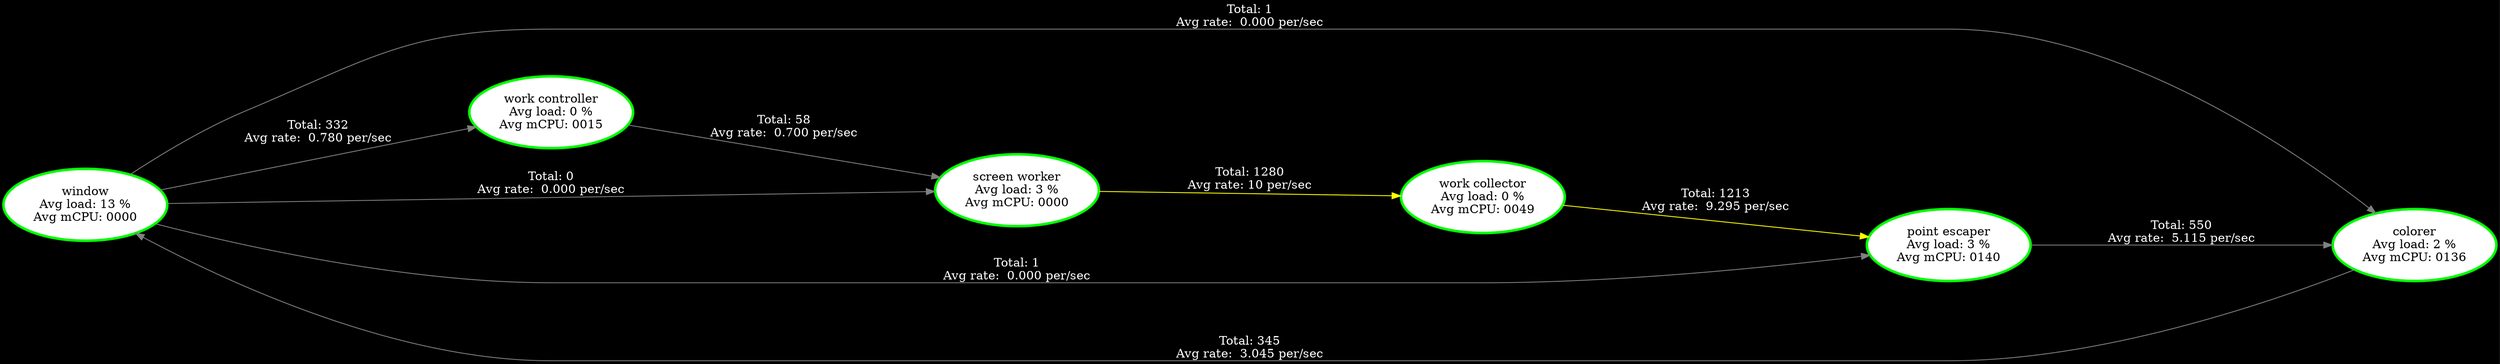
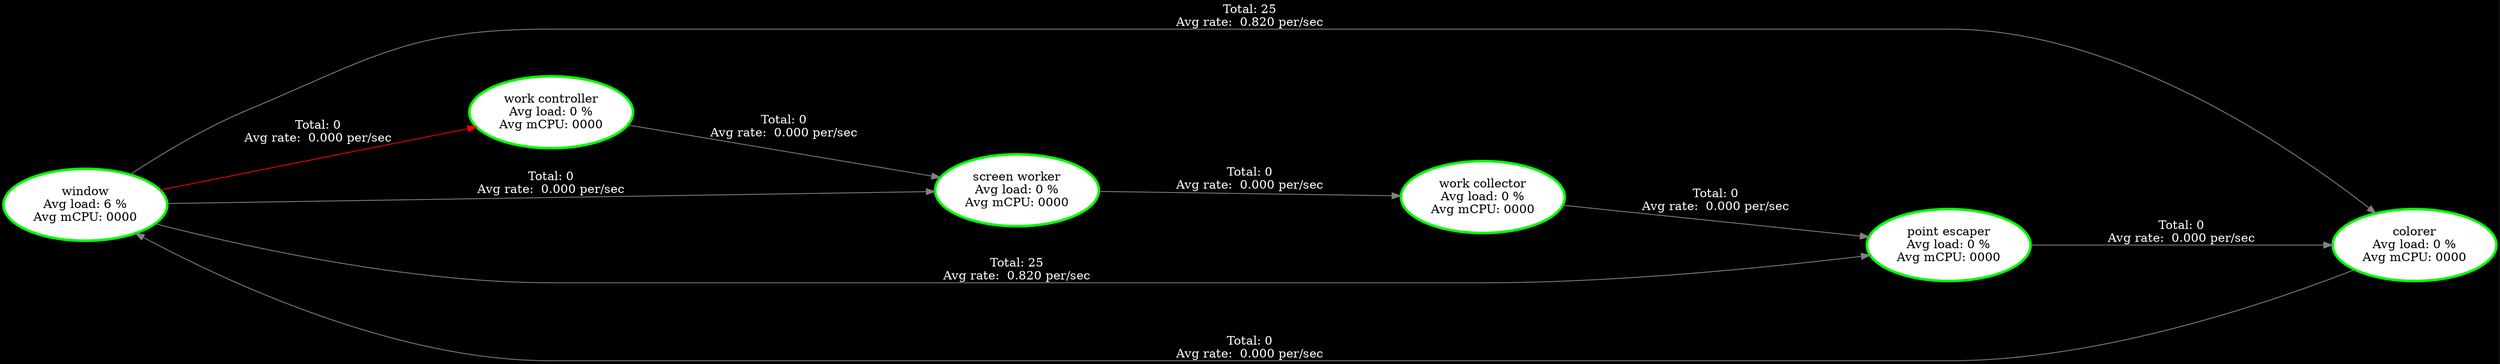
digraph G {
rankdir=LR;
graph [nodesep=.5, ranksep=2.5];
node [margin=0.1];
node [style=filled, fillcolor=white, fontcolor=black];
edge [color=white, fontcolor=white];
graph [bgcolor=black];
"window" [label="window
- Avg load: 13 %
+ Avg load: 6 %
Avg mCPU: 0000
- ", tooltip="window\n\nThreadId(14) Core:4\nWindow 12.8 secs\n--- Stats ---\nAvg load: 13 %\nAvg mCPU: 0000 \n", color="green", penwidth=3 ];
+ ", tooltip="window\n\nThreadId(15) Core:4\nWindow 12.8 secs\n--- Stats ---\nAvg load: 6 %\nAvg mCPU: 0000 \n", color="green", penwidth=3 ];
"colorer" [label="colorer
- Avg load: 2 %
- Avg mCPU: 0136
- ", tooltip="colorer\n\nThreadId(15) Core:5\nWindow 12.8 secs\n--- Stats ---\nAvg load: 2 %\nAvg mCPU: 0136 \n", color="green", penwidth=3 ];
+ Avg load: 0 %
+ Avg mCPU: 0000
+ ", tooltip="colorer\n\nThreadId(16) Core:5\nWindow 12.8 secs\n--- Stats ---\nAvg load: 0 %\nAvg mCPU: 0000 \n", color="green", penwidth=3 ];
"work controller" [label="work controller
Avg load: 0 %
- Avg mCPU: 0015
- ", tooltip="work controller\n\nThreadId(16) Core:6\nWindow 12.8 secs\n--- Stats ---\nAvg load: 0 %\nAvg mCPU: 0015 \n", color="green", penwidth=3 ];
+ Avg mCPU: 0000
+ ", tooltip="work controller\n\nWindow 12.8 secs\n--- Stats ---\nAvg load: 0 %\nAvg mCPU: 0000 \n", color="green", penwidth=3 ];
"screen worker" [label="screen worker
- Avg load: 3 %
+ Avg load: 0 %
Avg mCPU: 0000
- ", tooltip="screen worker\n\nThreadId(18) Core:1\nWindow 12.8 secs\n--- Stats ---\nAvg load: 3 %\nAvg mCPU: 0000 \n", color="green", penwidth=3 ];
+ ", tooltip="screen worker\n\nThreadId(18) Core:1\nWindow 12.8 secs\n--- Stats ---\nAvg load: 0 %\nAvg mCPU: 0000 \n", color="green", penwidth=3 ];
"work collector" [label="work collector
Avg load: 0 %
- Avg mCPU: 0049
- ", tooltip="work collector\n\nThreadId(19) Core:2\nWindow 12.8 secs\n--- Stats ---\nAvg load: 0 %\nAvg mCPU: 0049 \n", color="green", penwidth=3 ];
+ Avg mCPU: 0000
+ ", tooltip="work collector\n\nThreadId(19) Core:2\nWindow 12.8 secs\n--- Stats ---\nAvg load: 0 %\nAvg mCPU: 0000 \n", color="green", penwidth=3 ];
"point escaper" [label="point escaper
- Avg load: 3 %
- Avg mCPU: 0140
- ", tooltip="point escaper\n\nThreadId(20) Core:3\nWindow 12.8 secs\n--- Stats ---\nAvg load: 3 %\nAvg mCPU: 0140 \n", color="green", penwidth=3 ];
- "colorer" -> "window" [label="Total: 345
- Avg rate:  3.045 per/sec
- ", tooltip="Window: 25.6 secs\nCH#3: Data\n Capacity: 2\n Volume: 1 (Total: 345)\n Saturation: 0%\n", color="#808080", penwidth=1];
- "point escaper" -> "colorer" [label="Total: 550
- Avg rate:  5.115 per/sec
- ", tooltip="Window: 25.6 secs\nCH#13: Data\n Capacity: 50\n Volume: 2 (Total: 550)\n Saturation: 0%\n", color="#808080", penwidth=1];
- "screen worker" -> "work collector" [label="Total: 1280
- Avg rate: 10 per/sec
- ", tooltip="Window: 25.6 secs\nCH#17: Data\n Capacity: 50\n Volume: 26 (Total: 1280)\n Saturation: 28%\n", color="#FFFF00", penwidth=1];
- "window" -> "colorer" [label="Total: 1
+ Avg load: 0 %
+ Avg mCPU: 0000
+ ", tooltip="point escaper\n\nThreadId(20) Core:3\nWindow 12.8 secs\n--- Stats ---\nAvg load: 0 %\nAvg mCPU: 0000 \n", color="green", penwidth=3 ];
+ "colorer" -> "window" [label="Total: 0
Avg rate:  0.000 per/sec
- ", tooltip="Window: 25.6 secs\nCH#1: Data\n Capacity: 50\n Volume: 0 (Total: 1)\n Saturation: 0%\n", color="#808080", penwidth=1];
- "window" -> "point escaper" [label="Total: 1
+ ", tooltip="Window: 25.6 secs\nCH#3: Data\n Capacity: 2\n Volume: 0 (Total: 0)\n Saturation: 0%\n", color="#808080", penwidth=1];
+ "point escaper" -> "colorer" [label="Total: 0
Avg rate:  0.000 per/sec
- ", tooltip="Window: 25.6 secs\nCH#2: Data\n Capacity: 50\n Volume: 0 (Total: 1)\n Saturation: 0%\n", color="#808080", penwidth=1];
+ ", tooltip="Window: 25.6 secs\nCH#8: Data\n Capacity: 50\n Volume: 0 (Total: 0)\n Saturation: 0%\n", color="#808080", penwidth=1];
+ "screen worker" -> "work collector" [label="Total: 0
+ Avg rate:  0.000 per/sec
+ ", tooltip="Window: 25.6 secs\nCH#14: Data\n Capacity: 50\n Volume: 0 (Total: 0)\n Saturation: 0%\n", color="#808080", penwidth=1];
+ "window" -> "colorer" [label="Total: 25
+ Avg rate:  0.820 per/sec
+ ", tooltip="Window: 25.6 secs\nCH#1: Data\n Capacity: 50\n Volume: 0 (Total: 25)\n Saturation: 0%\n", color="#808080", penwidth=1];
+ "window" -> "point escaper" [label="Total: 25
+ Avg rate:  0.820 per/sec
+ ", tooltip="Window: 25.6 secs\nCH#2: Data\n Capacity: 50\n Volume: 0 (Total: 25)\n Saturation: 0%\n", color="#808080", penwidth=1];
"window" -> "screen worker" [label="Total: 0
Avg rate:  0.000 per/sec
", tooltip="Window: 25.6 secs\nCH#5: Data\n Capacity: 50\n Volume: 0 (Total: 0)\n Saturation: 0%\n", color="#808080", penwidth=1];
- "window" -> "work controller" [label="Total: 332
- Avg rate:  0.780 per/sec
- ", tooltip="Window: 25.6 secs\nCH#4: Data\n Capacity: 50\n Volume: 0 (Total: 332)\n Saturation: 0%\n", color="#808080", penwidth=1];
- "work collector" -> "point escaper" [label="Total: 1213
- Avg rate:  9.295 per/sec
- ", tooltip="Window: 25.6 secs\nCH#18: Data\n Capacity: 50\n Volume: 10 (Total: 1213)\n Saturation: 28%\n", color="#FFFF00", penwidth=1];
- "work controller" -> "screen worker" [label="Total: 58
- Avg rate:  0.700 per/sec
- ", tooltip="Window: 25.6 secs\nCH#9: Data\n Capacity: 50\n Volume: 0 (Total: 58)\n Saturation: 0%\n", color="#808080", penwidth=1];
+ "window" -> "work controller" [label="Total: 0
+ Avg rate:  0.000 per/sec
+ ", tooltip="Window: 25.6 secs\nCH#4: Data\n Capacity: 50\n Volume: 50 (Total: 0)\n Saturation: 0%\n", color="#FF0000", penwidth=1];
+ "work collector" -> "point escaper" [label="Total: 0
+ Avg rate:  0.000 per/sec
+ ", tooltip="Window: 25.6 secs\nCH#21: Data\n Capacity: 50\n Volume: 0 (Total: 0)\n Saturation: 0%\n", color="#808080", penwidth=1];
+ "work controller" -> "screen worker" [label="Total: 0
+ Avg rate:  0.000 per/sec
+ ", tooltip="Window: 25.6 secs\nCH#13: Data\n Capacity: 50\n Volume: 0 (Total: 0)\n Saturation: 0%\n", color="#808080", penwidth=1];
}
